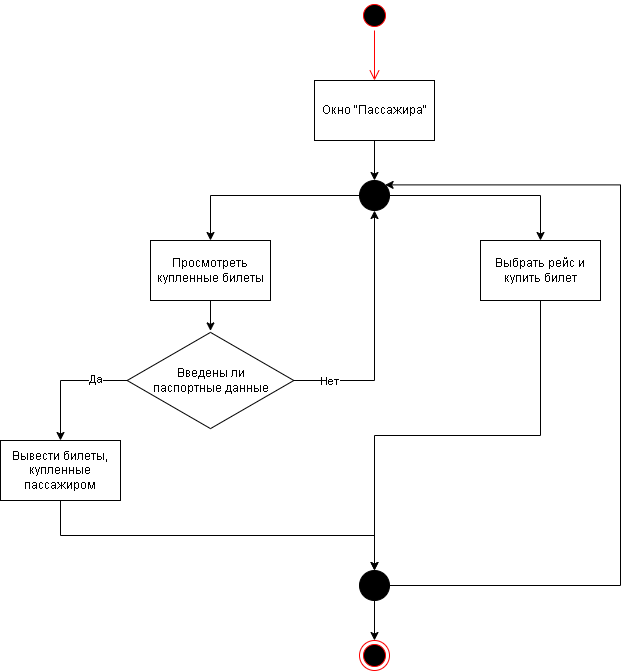
This is images/Сценарии_использования-Пассажир.png from CCF2P/Backend, a draw.io export, as it was before one commit. Source tidied: cells renumbered, new cells last; positions are measured from the earlier drawing's top-left corner, leaving out a move shared by most shapes.
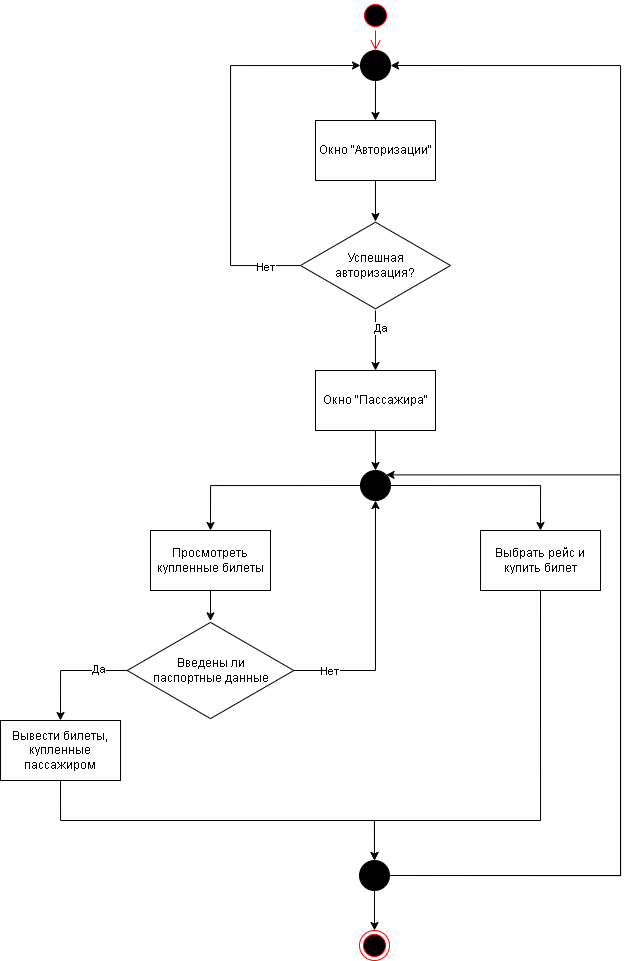
After the commit.

The edit, as a diff of the source:
```diff
@@ -3,16 +3,16 @@
     <mxCell id="0" />
     <mxCell id="1" parent="0" />
     <mxCell id="2" style="ellipse;html=1;shape=startState;fillColor=#000000;strokeColor=#ff0000;" parent="1" vertex="1">
-      <mxGeometry x="359" width="30" height="30" as="geometry" />
+      <mxGeometry x="360" y="-290" width="30" height="30" as="geometry" />
     </mxCell>
-    <mxCell id="3" style="edgeStyle=orthogonalEdgeStyle;html=1;verticalAlign=bottom;endArrow=open;endSize=8;strokeColor=#ff0000;rounded=0;entryX=0.5;entryY=0;entryDx=0;entryDy=0;" parent="1" edge="1" source="2" target="5">
+    <mxCell id="3" style="edgeStyle=orthogonalEdgeStyle;html=1;verticalAlign=bottom;endArrow=open;endSize=8;strokeColor=#ff0000;rounded=0;entryX=0.5;entryY=0;entryDx=0;entryDy=0;" parent="1" edge="1" source="2" target="32">
       <mxGeometry relative="1" as="geometry" />
     </mxCell>
     <mxCell id="4" style="edgeStyle=orthogonalEdgeStyle;rounded=0;jettySize=auto;html=1;exitX=0.5;exitY=1;exitDx=0;exitDy=0;entryX=0.5;entryY=0;entryDx=0;entryDy=0;" parent="1" edge="1" source="5" target="15">
       <mxGeometry relative="1" as="geometry" />
     </mxCell>
     <mxCell id="5" value="Окно &quot;Пассажира&quot;" style="rounded=0;whiteSpace=wrap;html=1;" parent="1" vertex="1">
-      <mxGeometry x="314" y="80" width="120" height="60" as="geometry" />
+      <mxGeometry x="315" y="80" width="120" height="60" as="geometry" />
     </mxCell>
     <mxCell id="6" style="edgeStyle=orthogonalEdgeStyle;rounded=0;jettySize=auto;html=1;entryX=0.5;entryY=1;entryDx=0;entryDy=0;" parent="1" edge="1" source="10" target="15">
       <mxGeometry relative="1" as="geometry" />
@@ -33,7 +33,7 @@
       <mxGeometry relative="1" as="geometry" />
     </mxCell>
     <mxCell id="12" value="Вывести билеты,&lt;br&gt;купленные пассажиром" style="rounded=0;whiteSpace=wrap;html=1;" parent="1" vertex="1">
-      <mxGeometry y="440" width="120" height="60" as="geometry" />
+      <mxGeometry y="430" width="120" height="60" as="geometry" />
     </mxCell>
     <mxCell id="13" style="edgeStyle=orthogonalEdgeStyle;rounded=0;jettySize=auto;html=1;exitX=1;exitY=0.5;exitDx=0;exitDy=0;entryX=0.5;entryY=0;entryDx=0;entryDy=0;" parent="1" edge="1" source="15" target="17">
       <mxGeometry relative="1" as="geometry" />
@@ -42,10 +42,15 @@
       <mxGeometry relative="1" as="geometry" />
     </mxCell>
     <mxCell id="15" style="ellipse;fillColor=strokeColor;html=1;" parent="1" vertex="1">
-      <mxGeometry x="359" y="180" width="30" height="30" as="geometry" />
+      <mxGeometry x="360" y="180" width="30" height="30" as="geometry" />
     </mxCell>
     <mxCell id="16" style="edgeStyle=orthogonalEdgeStyle;rounded=0;jettySize=auto;html=1;exitX=0.5;exitY=1;exitDx=0;exitDy=0;entryX=0.5;entryY=0;entryDx=0;entryDy=0;" parent="1" edge="1" source="17" target="22">
-      <mxGeometry relative="1" as="geometry" />
+      <mxGeometry relative="1" as="geometry">
+        <Array as="points">
+          <mxPoint x="540" y="530" />
+          <mxPoint x="374" y="530" />
+        </Array>
+      </mxGeometry>
     </mxCell>
     <mxCell id="17" value="Выбрать рейс и&lt;br&gt;купить билет" style="rounded=0;whiteSpace=wrap;html=1;" parent="1" vertex="1">
       <mxGeometry x="480" y="240" width="120" height="60" as="geometry" />
@@ -67,11 +72,51 @@
     <mxCell id="21" style="edgeStyle=orthogonalEdgeStyle;rounded=0;jettySize=auto;html=1;exitX=0.5;exitY=1;exitDx=0;exitDy=0;entryX=0;entryY=0.5;entryDx=0;entryDy=0;" parent="1" edge="1" source="22" target="23">
       <mxGeometry relative="1" as="geometry" />
     </mxCell>
+    <mxCell id="24" style="edgeStyle=orthogonalEdgeStyle;rounded=0;jettySize=auto;html=1;exitX=1;exitY=0.5;exitDx=0;exitDy=0;entryX=1;entryY=0.5;entryDx=0;entryDy=0;" parent="1" edge="1" source="22" target="32">
+      <mxGeometry relative="1" as="geometry">
+        <Array as="points">
+          <mxPoint x="620" y="585" />
+          <mxPoint x="620" y="-225" />
+        </Array>
+      </mxGeometry>
+    </mxCell>
     <mxCell id="22" style="ellipse;fillColor=strokeColor;html=1;" parent="1" vertex="1">
       <mxGeometry x="359" y="570" width="30" height="30" as="geometry" />
     </mxCell>
     <mxCell id="23" style="ellipse;html=1;shape=endState;fillColor=#000000;strokeColor=#ff0000;direction=south;" parent="1" vertex="1">
       <mxGeometry x="359" y="640" width="30" height="30" as="geometry" />
     </mxCell>
+    <mxCell id="25" value="Окно &quot;Авторизации&quot;" style="rounded=0;whiteSpace=wrap;html=1;" parent="1" vertex="1">
+      <mxGeometry x="315" y="-170" width="120" height="60" as="geometry" />
+    </mxCell>
+    <mxCell id="26" style="edgeStyle=orthogonalEdgeStyle;rounded=0;jettySize=auto;html=1;entryX=0;entryY=0.5;entryDx=0;entryDy=0;" parent="1" edge="1" source="30" target="32">
+      <mxGeometry relative="1" as="geometry">
+        <Array as="points">
+          <mxPoint x="230" y="-25" />
+          <mxPoint x="230" y="-225" />
+        </Array>
+      </mxGeometry>
+    </mxCell>
+    <mxCell id="27" value="Нет" style="edgeLabel;html=1;align=center;verticalAlign=middle;" parent="26" vertex="1">
+      <mxGeometry x="-0.83" y="1" relative="1" as="geometry" />
+    </mxCell>
+    <mxCell id="28" style="edgeStyle=orthogonalEdgeStyle;rounded=0;jettySize=auto;html=1;entryX=0.5;entryY=0;entryDx=0;entryDy=0;" parent="1" edge="1" source="30" target="5">
+      <mxGeometry relative="1" as="geometry" />
+    </mxCell>
+    <mxCell id="29" value="Да" style="edgeLabel;html=1;align=center;verticalAlign=middle;" parent="28" vertex="1">
+      <mxGeometry x="-0.4" y="4" relative="1" as="geometry" />
+    </mxCell>
+    <mxCell id="30" value="Успешная&lt;br&gt;авторизация?" style="html=1;whiteSpace=wrap;shape=isoRectangle;" parent="1" vertex="1">
+      <mxGeometry x="300" y="-70" width="150" height="90" as="geometry" />
+    </mxCell>
+    <mxCell id="31" style="edgeStyle=orthogonalEdgeStyle;rounded=0;jettySize=auto;html=1;exitX=0.5;exitY=1;exitDx=0;exitDy=0;entryX=0.5;entryY=0;entryDx=0;entryDy=0;" parent="1" edge="1" source="32" target="25">
+      <mxGeometry relative="1" as="geometry" />
+    </mxCell>
+    <mxCell id="32" style="ellipse;fillColor=strokeColor;html=1;" parent="1" vertex="1">
+      <mxGeometry x="360" y="-240" width="30" height="30" as="geometry" />
+    </mxCell>
+    <mxCell id="33" style="edgeStyle=orthogonalEdgeStyle;rounded=0;jettySize=auto;html=1;exitX=0.5;exitY=1;exitDx=0;exitDy=0;entryX=0.5;entryY=0.012;entryDx=0;entryDy=0;entryPerimeter=0;" parent="1" edge="1" source="25" target="30">
+      <mxGeometry relative="1" as="geometry" />
+    </mxCell>
   </root>
 </mxGraphModel>
```
